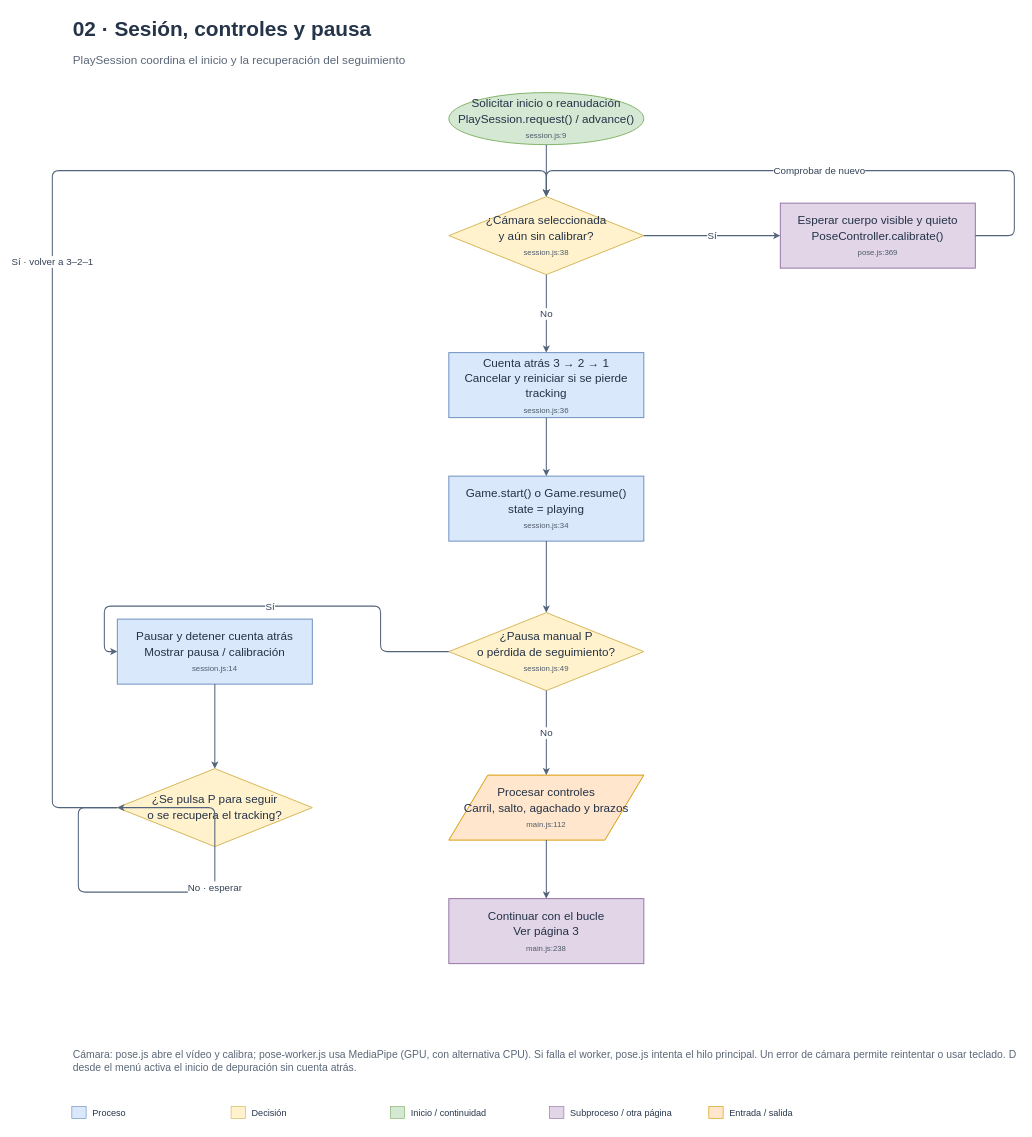
This is page "02 · Sesión, controles y pausa" (2 of 6) of docs/diagrama-flujo.drawio from SESELOVSKYDarian/SubwaySurferReal, a draw.io file, before an edit. Source tidied: cells renumbered, new cells numbered last; positions are measured from the earlier drawing's top-left corner, leaving out a move shared by most shapes. Both pictures are drawn from the tidied source at 65%, with x=0, y=0 at pixel (52, 11).
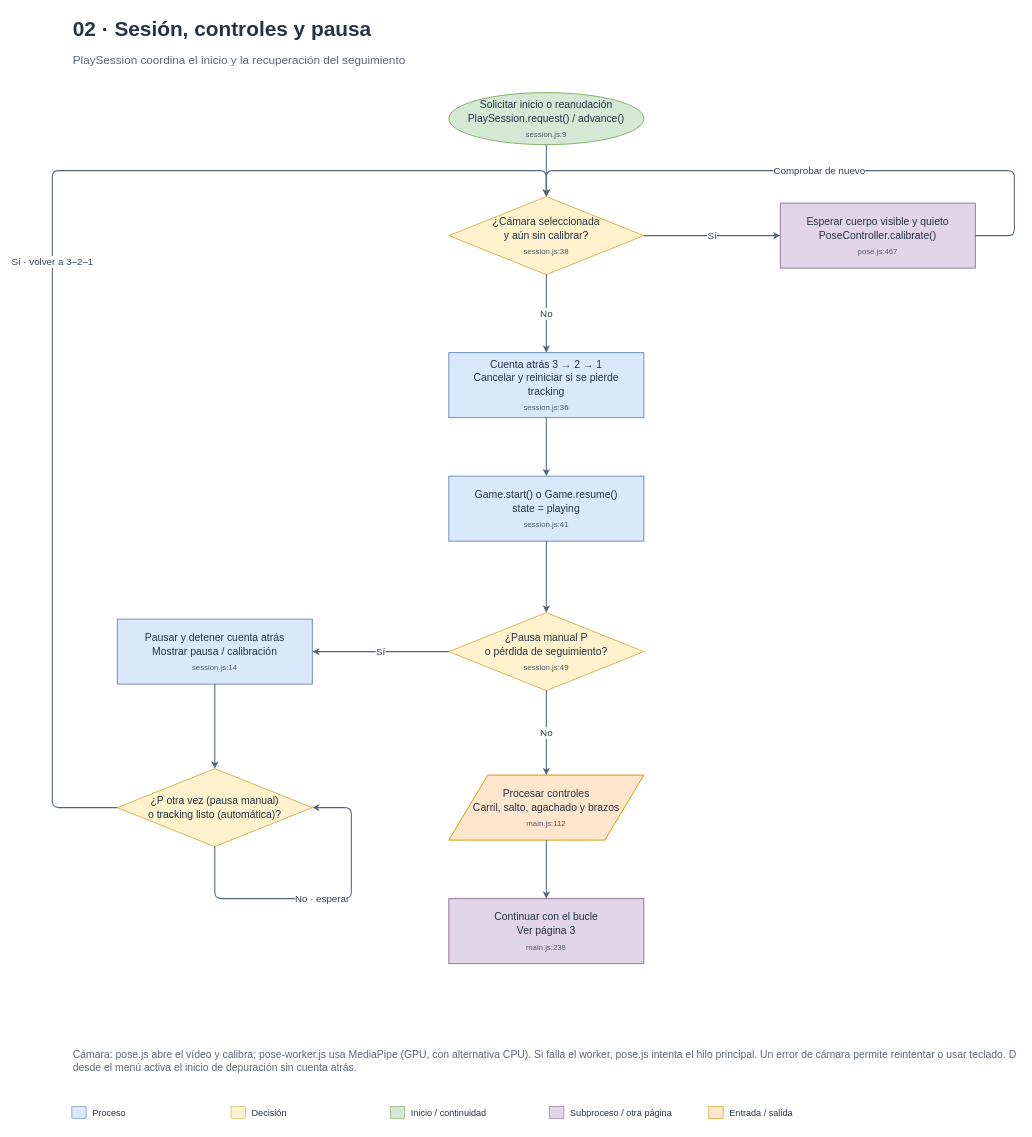
The same page after the edit.

Change to the diagram source:
```diff
@@
-    <mxCell id="4" value="&lt;div style=&quot;font-size:18px;line-height:1.3&quot;&gt;Solicitar inicio o reanudación&lt;br&gt;PlaySession.request() / advance()&lt;/div&gt;&lt;div style=&quot;font-size:12px;color:#4f5b6b;margin-top:7px&quot;&gt;session.js:9&lt;/div&gt;" style="ellipse;whiteSpace=wrap;html=1;fillColor=#d5e8d4;strokeColor=#82b366;strokeWidth=1.5;fontFamily=Helvetica;fontSize=18;fontColor=#243247;spacing=10;" parent="1" vertex="1">
+    <mxCell id="4" value="&lt;div style=&quot;font-size:16px;line-height:1.3&quot;&gt;Solicitar inicio o reanudación&lt;br&gt;PlaySession.request() / advance()&lt;/div&gt;&lt;div style=&quot;font-size:12px;color:#4f5b6b;margin-top:7px&quot;&gt;session.js:9&lt;/div&gt;" style="ellipse;whiteSpace=wrap;html=1;fillColor=#d5e8d4;strokeColor=#82b366;strokeWidth=1.5;fontFamily=Helvetica;fontSize=18;fontColor=#243247;spacing=10;" parent="1" vertex="1">
       <mxGeometry x="610" y="125" width="300" height="80" as="geometry" />
     </mxCell>
-    <mxCell id="5" value="&lt;div style=&quot;font-size:18px;line-height:1.3&quot;&gt;¿Cámara seleccionada&lt;br&gt;y aún sin calibrar?&lt;/div&gt;&lt;div style=&quot;font-size:12px;color:#4f5b6b;margin-top:7px&quot;&gt;session.js:38&lt;/div&gt;" style="rhombus;whiteSpace=wrap;html=1;fillColor=#fff2cc;strokeColor=#d6b656;strokeWidth=1.5;fontFamily=Helvetica;fontSize=18;fontColor=#243247;spacing=10;" parent="1" vertex="1">
+    <mxCell id="5" value="&lt;div style=&quot;font-size:16px;line-height:1.3&quot;&gt;¿Cámara seleccionada&lt;br&gt;y aún sin calibrar?&lt;/div&gt;&lt;div style=&quot;font-size:12px;color:#4f5b6b;margin-top:7px&quot;&gt;session.js:38&lt;/div&gt;" style="rhombus;whiteSpace=wrap;html=1;fillColor=#fff2cc;strokeColor=#d6b656;strokeWidth=1.5;fontFamily=Helvetica;fontSize=18;fontColor=#243247;spacing=10;" parent="1" vertex="1">
       <mxGeometry x="610" y="285" width="300" height="120" as="geometry" />
     </mxCell>
-    <mxCell id="6" value="&lt;div style=&quot;font-size:18px;line-height:1.3&quot;&gt;Esperar cuerpo visible y quieto&lt;br&gt;PoseController.calibrate()&lt;/div&gt;&lt;div style=&quot;font-size:12px;color:#4f5b6b;margin-top:7px&quot;&gt;pose.js:369&lt;/div&gt;" style="rounded=0;whiteSpace=wrap;html=1;fillColor=#e1d5e7;strokeColor=#9673a6;strokeWidth=1.5;fontFamily=Helvetica;fontSize=18;fontColor=#243247;spacing=10;" parent="1" vertex="1">
+    <mxCell id="6" value="&lt;div style=&quot;font-size:16px;line-height:1.3&quot;&gt;Esperar cuerpo visible y quieto&lt;br&gt;PoseController.calibrate()&lt;/div&gt;&lt;div style=&quot;font-size:12px;color:#4f5b6b;margin-top:7px&quot;&gt;pose.js:467&lt;/div&gt;" style="rounded=0;whiteSpace=wrap;html=1;fillColor=#e1d5e7;strokeColor=#9673a6;strokeWidth=1.5;fontFamily=Helvetica;fontSize=18;fontColor=#243247;spacing=10;" parent="1" vertex="1">
       <mxGeometry x="1120" y="295" width="300" height="100" as="geometry" />
     </mxCell>
-    <mxCell id="7" value="&lt;div style=&quot;font-size:18px;line-height:1.3&quot;&gt;Cuenta atrás 3 → 2 → 1&lt;br&gt;Cancelar y reiniciar si se pierde tracking&lt;/div&gt;&lt;div style=&quot;font-size:12px;color:#4f5b6b;margin-top:7px&quot;&gt;session.js:36&lt;/div&gt;" style="rounded=0;whiteSpace=wrap;html=1;fillColor=#dae8fc;strokeColor=#6c8ebf;strokeWidth=1.5;fontFamily=Helvetica;fontSize=18;fontColor=#243247;spacing=10;" parent="1" vertex="1">
+    <mxCell id="7" value="&lt;div style=&quot;font-size:16px;line-height:1.3&quot;&gt;Cuenta atrás 3 → 2 → 1&lt;br&gt;Cancelar y reiniciar si se pierde tracking&lt;/div&gt;&lt;div style=&quot;font-size:12px;color:#4f5b6b;margin-top:7px&quot;&gt;session.js:36&lt;/div&gt;" style="rounded=0;whiteSpace=wrap;html=1;fillColor=#dae8fc;strokeColor=#6c8ebf;strokeWidth=1.5;fontFamily=Helvetica;fontSize=18;fontColor=#243247;spacing=10;" parent="1" vertex="1">
       <mxGeometry x="610" y="525" width="300" height="100" as="geometry" />
     </mxCell>
-    <mxCell id="8" value="&lt;div style=&quot;font-size:18px;line-height:1.3&quot;&gt;Game.start() o Game.resume()&lt;br&gt;state = playing&lt;/div&gt;&lt;div style=&quot;font-size:12px;color:#4f5b6b;margin-top:7px&quot;&gt;session.js:34&lt;/div&gt;" style="rounded=0;whiteSpace=wrap;html=1;fillColor=#dae8fc;strokeColor=#6c8ebf;strokeWidth=1.5;fontFamily=Helvetica;fontSize=18;fontColor=#243247;spacing=10;" parent="1" vertex="1">
+    <mxCell id="8" value="&lt;div style=&quot;font-size:16px;line-height:1.3&quot;&gt;Game.start() o Game.resume()&lt;br&gt;state = playing&lt;/div&gt;&lt;div style=&quot;font-size:12px;color:#4f5b6b;margin-top:7px&quot;&gt;session.js:41&lt;/div&gt;" style="rounded=0;whiteSpace=wrap;html=1;fillColor=#dae8fc;strokeColor=#6c8ebf;strokeWidth=1.5;fontFamily=Helvetica;fontSize=18;fontColor=#243247;spacing=10;" parent="1" vertex="1">
       <mxGeometry x="610" y="715" width="300" height="100" as="geometry" />
     </mxCell>
-    <mxCell id="9" value="&lt;div style=&quot;font-size:18px;line-height:1.3&quot;&gt;¿Pausa manual P&lt;br&gt;o pérdida de seguimiento?&lt;/div&gt;&lt;div style=&quot;font-size:12px;color:#4f5b6b;margin-top:7px&quot;&gt;session.js:49&lt;/div&gt;" style="rhombus;whiteSpace=wrap;html=1;fillColor=#fff2cc;strokeColor=#d6b656;strokeWidth=1.5;fontFamily=Helvetica;fontSize=18;fontColor=#243247;spacing=10;" parent="1" vertex="1">
+    <mxCell id="9" value="&lt;div style=&quot;font-size:16px;line-height:1.3&quot;&gt;¿Pausa manual P&lt;br&gt;o pérdida de seguimiento?&lt;/div&gt;&lt;div style=&quot;font-size:12px;color:#4f5b6b;margin-top:7px&quot;&gt;session.js:49&lt;/div&gt;" style="rhombus;whiteSpace=wrap;html=1;fillColor=#fff2cc;strokeColor=#d6b656;strokeWidth=1.5;fontFamily=Helvetica;fontSize=18;fontColor=#243247;spacing=10;" parent="1" vertex="1">
       <mxGeometry x="610" y="925" width="300" height="120" as="geometry" />
     </mxCell>
-    <mxCell id="10" value="&lt;div style=&quot;font-size:18px;line-height:1.3&quot;&gt;Pausar y detener cuenta atrás&lt;br&gt;Mostrar pausa / calibración&lt;/div&gt;&lt;div style=&quot;font-size:12px;color:#4f5b6b;margin-top:7px&quot;&gt;session.js:14&lt;/div&gt;" style="rounded=0;whiteSpace=wrap;html=1;fillColor=#dae8fc;strokeColor=#6c8ebf;strokeWidth=1.5;fontFamily=Helvetica;fontSize=18;fontColor=#243247;spacing=10;" parent="1" vertex="1">
+    <mxCell id="10" value="&lt;div style=&quot;font-size:16px;line-height:1.3&quot;&gt;Pausar y detener cuenta atrás&lt;br&gt;Mostrar pausa / calibración&lt;/div&gt;&lt;div style=&quot;font-size:12px;color:#4f5b6b;margin-top:7px&quot;&gt;session.js:14&lt;/div&gt;" style="rounded=0;whiteSpace=wrap;html=1;fillColor=#dae8fc;strokeColor=#6c8ebf;strokeWidth=1.5;fontFamily=Helvetica;fontSize=18;fontColor=#243247;spacing=10;" parent="1" vertex="1">
       <mxGeometry x="100" y="935" width="300" height="100" as="geometry" />
     </mxCell>
-    <mxCell id="11" value="&lt;div style=&quot;font-size:18px;line-height:1.3&quot;&gt;¿Se pulsa P para seguir&lt;br&gt;o se recupera el tracking?&lt;/div&gt;" style="rhombus;whiteSpace=wrap;html=1;fillColor=#fff2cc;strokeColor=#d6b656;strokeWidth=1.5;fontFamily=Helvetica;fontSize=18;fontColor=#243247;spacing=10;" parent="1" vertex="1">
+    <mxCell id="11" value="&lt;div style=&quot;font-size:16px;line-height:1.3&quot;&gt;¿P otra vez (pausa manual)&lt;br&gt;o tracking listo (automática)?&lt;/div&gt;" style="rhombus;whiteSpace=wrap;html=1;fillColor=#fff2cc;strokeColor=#d6b656;strokeWidth=1.5;fontFamily=Helvetica;fontSize=18;fontColor=#243247;spacing=10;" parent="1" vertex="1">
       <mxGeometry x="100" y="1165" width="300" height="120" as="geometry" />
     </mxCell>
-    <mxCell id="12" value="&lt;div style=&quot;font-size:18px;line-height:1.3&quot;&gt;Procesar controles&lt;br&gt;Carril, salto, agachado y brazos&lt;/div&gt;&lt;div style=&quot;font-size:12px;color:#4f5b6b;margin-top:7px&quot;&gt;main.js:112&lt;/div&gt;" style="shape=parallelogram;whiteSpace=wrap;html=1;fillColor=#ffe6cc;strokeColor=#d79b00;strokeWidth=1.5;fontFamily=Helvetica;fontSize=18;fontColor=#243247;spacing=10;" parent="1" vertex="1">
+    <mxCell id="12" value="&lt;div style=&quot;font-size:16px;line-height:1.3&quot;&gt;Procesar controles&lt;br&gt;Carril, salto, agachado y brazos&lt;/div&gt;&lt;div style=&quot;font-size:12px;color:#4f5b6b;margin-top:7px&quot;&gt;main.js:112&lt;/div&gt;" style="shape=parallelogram;whiteSpace=wrap;html=1;fillColor=#ffe6cc;strokeColor=#d79b00;strokeWidth=1.5;fontFamily=Helvetica;fontSize=18;fontColor=#243247;spacing=10;" parent="1" vertex="1">
       <mxGeometry x="610" y="1175" width="300" height="100" as="geometry" />
     </mxCell>
-    <mxCell id="13" value="&lt;div style=&quot;font-size:18px;line-height:1.3&quot;&gt;Continuar con el bucle&lt;br&gt;Ver página 3&lt;/div&gt;&lt;div style=&quot;font-size:12px;color:#4f5b6b;margin-top:7px&quot;&gt;main.js:238&lt;/div&gt;" style="rounded=0;whiteSpace=wrap;html=1;fillColor=#e1d5e7;strokeColor=#9673a6;strokeWidth=1.5;fontFamily=Helvetica;fontSize=18;fontColor=#243247;spacing=10;" parent="1" vertex="1">
+    <mxCell id="13" value="&lt;div style=&quot;font-size:16px;line-height:1.3&quot;&gt;Continuar con el bucle&lt;br&gt;Ver página 3&lt;/div&gt;&lt;div style=&quot;font-size:12px;color:#4f5b6b;margin-top:7px&quot;&gt;main.js:238&lt;/div&gt;" style="rounded=0;whiteSpace=wrap;html=1;fillColor=#e1d5e7;strokeColor=#9673a6;strokeWidth=1.5;fontFamily=Helvetica;fontSize=18;fontColor=#243247;spacing=10;" parent="1" vertex="1">
       <mxGeometry x="610" y="1365" width="300" height="100" as="geometry" />
     </mxCell>
@@
-    <mxCell id="20" value="Sí" style="edgeStyle=orthogonalEdgeStyle;rounded=1;jettySize=auto;html=1;endArrow=classic;endFill=1;strokeColor=#52647b;strokeWidth=1.6;fontFamily=Helvetica;fontSize=15;fontColor=#334155;labelBackgroundColor=#ffffff;exitX=0;exitY=0.5;entryX=0;entryY=0.5;" parent="1" edge="1" source="9" target="10">
+    <mxCell id="20" value="Sí" style="edgeStyle=orthogonalEdgeStyle;rounded=1;jettySize=auto;html=1;endArrow=classic;endFill=1;strokeColor=#52647b;strokeWidth=1.6;fontFamily=Helvetica;fontSize=15;fontColor=#334155;labelBackgroundColor=#ffffff;exitX=0;exitY=0.5;entryX=1;entryY=0.5;" parent="1" edge="1" source="9" target="10">
       <mxGeometry relative="1" as="geometry" />
     </mxCell>
@@
-    <mxCell id="23" value="No · esperar" style="edgeStyle=orthogonalEdgeStyle;rounded=1;orthogonalLoop=1;jettySize=auto;html=1;endArrow=classic;endFill=1;strokeColor=#52647b;strokeWidth=1.6;fontFamily=Helvetica;fontSize=15;fontColor=#334155;labelBackgroundColor=#ffffff;exitX=0;exitY=0.5;entryX=0;entryY=0.5;" parent="1" edge="1" source="11" target="11">
-      <mxGeometry x="0.2" relative="1" as="geometry">
+    <mxCell id="23" value="No · esperar" style="edgeStyle=orthogonalEdgeStyle;rounded=1;orthogonalLoop=1;jettySize=auto;html=1;endArrow=classic;endFill=1;strokeColor=#52647b;strokeWidth=1.6;fontFamily=Helvetica;fontSize=15;fontColor=#334155;labelBackgroundColor=#ffffff;exitX=0.5;exitY=1;entryX=1;entryY=0.5;" parent="1" edge="1" source="11" target="11">
+      <mxGeometry relative="1" as="geometry">
         <Array as="points">
-          <mxPoint x="40" y="1225" />
-          <mxPoint x="40" y="1355" />
-          <mxPoint x="250" y="1355" />
+          <mxPoint x="250" y="1365" />
+          <mxPoint x="460" y="1365" />
+          <mxPoint x="460" y="1225" />
         </Array>
       </mxGeometry>
     </mxCell>
```
